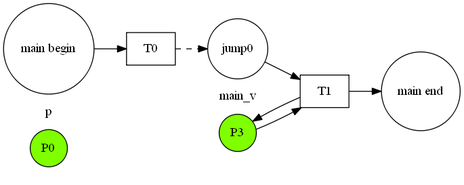
The Graphviz diagram output.png in ccisman/bison_based, before a commit. Its source is kept beside it as output.dot.
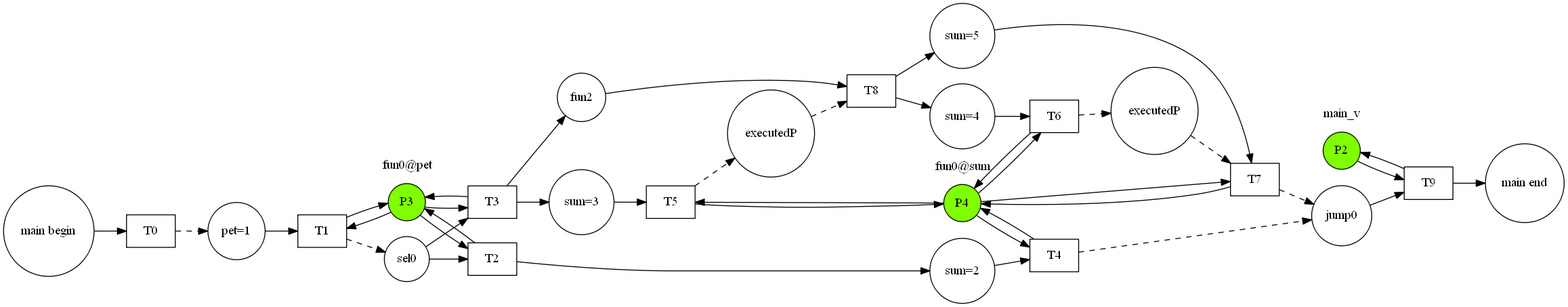
Later version of the same file.

Change to the diagram source:
```diff
@@ -1,16 +1,68 @@
 digraph G{
 rankdir = LR
-subgraph cluster_P0{label="p"color="white"P0[shape=circle, style="filled",color="black",fillcolor="chartreuse"]}
-P1[shape=circle,label="main begin"]
-P2[shape=circle,label="main end"]
-subgraph cluster_P3{label="main_v"color="white"P3[shape=circle, style="filled",color="black",fillcolor="chartreuse"]}
-P4[shape=circle,label="jump0"]
+P0[shape=circle,label="main begin"]
+P1[shape=circle,label="main end"]
+subgraph cluster_P2{label="main_v"color="white"P2[shape=circle, style="filled",color="black",fillcolor="chartreuse"]}
+subgraph cluster_P3{label="fun0@pet"color="white"P3[shape=circle, style="filled",color="black",fillcolor="chartreuse"]}
+subgraph cluster_P4{label="fun0@sum"color="white"P4[shape=circle, style="filled",color="black",fillcolor="chartreuse"]}
+P5[shape=circle,label="pet=1"]
+P6[shape=circle,label="sel0"]
+P7[shape=circle,label="sum=2"]
+P8[shape=circle,label="sum=3"]
+P9[shape=circle,label="sum=4"]
+P10[shape=circle,label="sum=5"]
+P11[shape=circle,label="fun2"]
+P12[shape=circle,label="executedP"]
+P13[shape=circle,label="executedP"]
+P14[shape=circle,label="jump0"]
 T0[shape=box]
 T1[shape=box]
-P1->T0
-P4->T1
-T1->P2
+T2[shape=box]
+T3[shape=box]
+T4[shape=box]
+T5[shape=box]
+T6[shape=box]
+T7[shape=box]
+T8[shape=box]
+T9[shape=box]
+P0->T0
+P5->T1
+P3->T1
 T1->P3
-P3->T1
-T0->P4[style="dashed"]
+P7->T4
+P4->T4
+T4->P4
+P8->T5
+P4->T5
+T5->P4
+P9->T6
+P4->T6
+T6->P4
+P10->T7
+P4->T7
+T7->P4
+P11->T8
+T8->P9
+T8->P10
+T6->P12[style="dashed"]
+P12->T7[style="dashed"]
+P3->T2
+T2->P3
+P3->T3
+T3->P3
+T2->P7
+T3->P8
+T3->P11
+T5->P13[style="dashed"]
+P13->T8[style="dashed"]
+P6->T2
+P6->T3
+P14->T9
+T9->P1
+T9->P2
+P2->T9
+T0->P5[style="dashed"]
+T1->P6[style="dashed"]
+T4->P14[style="dashed"]
+T7->P14[style="dashed"]
 }
```
